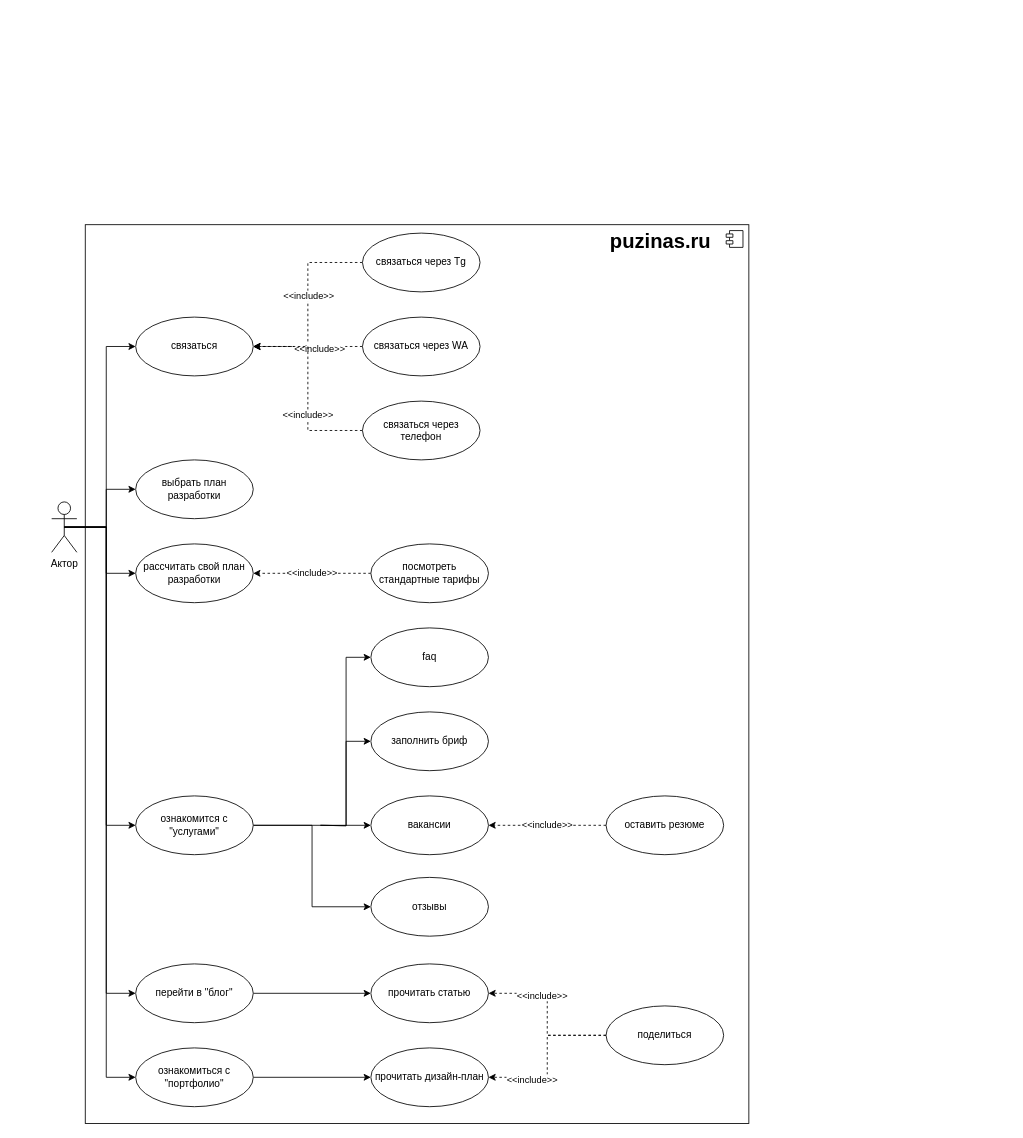
Earlier version of the draw.io diagram lab1-21.09.21/usecases.dio (testpassword/Economics-of-software-engineering). Source tidied: cells renumbered, new cells numbered last; positions are measured from the earlier drawing's top-left corner, leaving out a move shared by most shapes. Both pictures are drawn from the tidied source at 84%, with x=0, y=0 at pixel (51, 224).
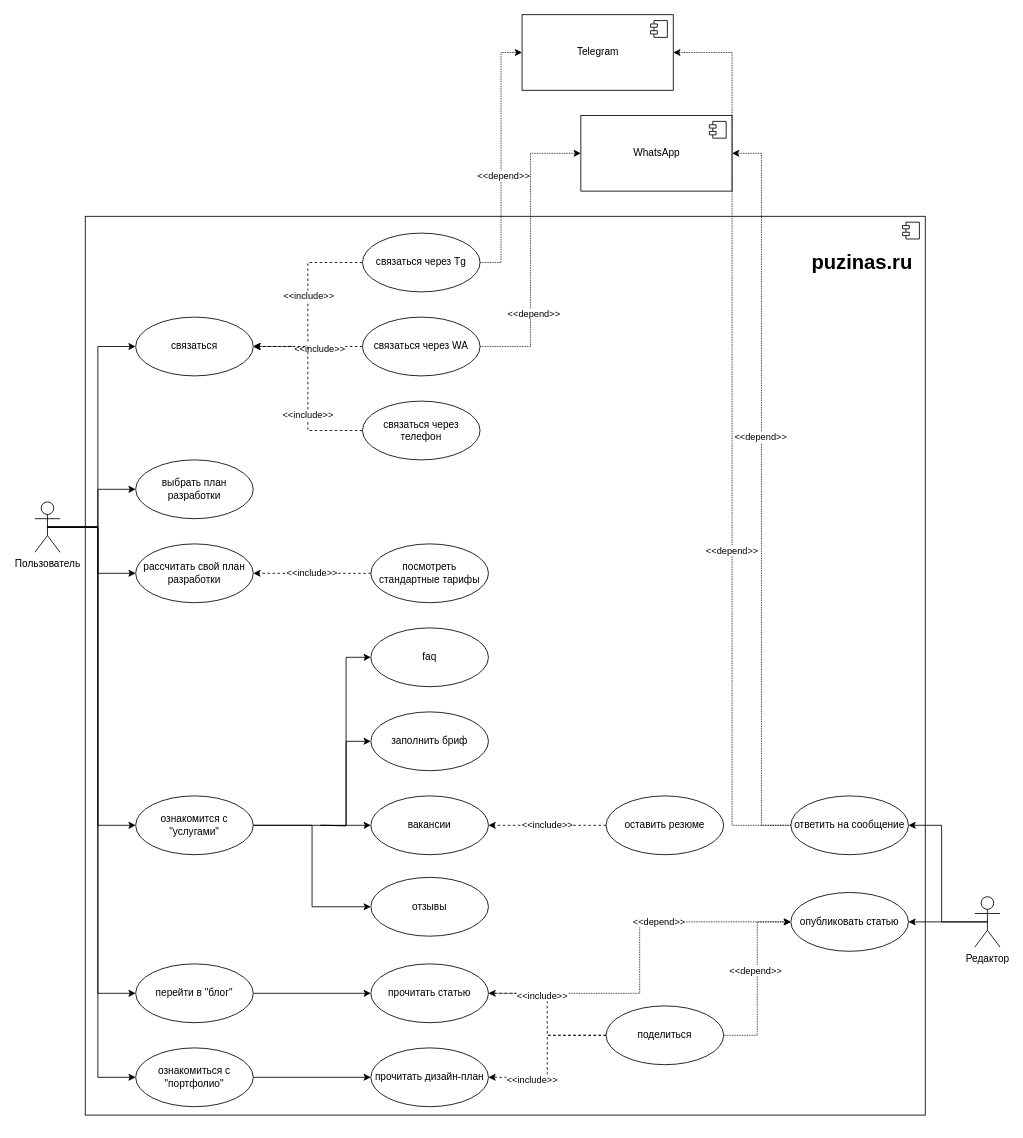
The same page after the edit.

Unchanged cells that the change refers to:
```xml
<mxCell id="13" value="связаться через Tg" style="ellipse;whiteSpace=wrap;html=1;" parent="1" vertex="1">
  <mxGeometry x="370" y="10" width="140" height="70" as="geometry" />
</mxCell>
<mxCell id="16" value="связаться через WA" style="ellipse;whiteSpace=wrap;html=1;" parent="1" vertex="1">
  <mxGeometry x="370" y="110" width="140" height="70" as="geometry" />
</mxCell>
<mxCell id="30" value="прочитать статью" style="ellipse;whiteSpace=wrap;html=1;" parent="1" vertex="1">
  <mxGeometry x="380" y="880" width="140" height="70" as="geometry" />
</mxCell>
<mxCell id="35" value="поделиться" style="ellipse;whiteSpace=wrap;html=1;" parent="1" vertex="1">
  <mxGeometry x="660" y="930" width="140" height="70" as="geometry" />
</mxCell>
```

Diff of the diagram source:
```diff
@@
-    <mxCell id="2" style="html=1;" parent="1" vertex="1">
-      <mxGeometry x="40" width="790" height="1070" as="geometry" />
-    </mxCell>
-    <mxCell id="3" style="shape=module;jettyWidth=8;jettyHeight=4;" parent="2" vertex="1">
-      <mxGeometry x="1" width="20" height="20" relative="1" as="geometry">
-        <mxPoint x="-27" y="7" as="offset" />
-      </mxGeometry>
-    </mxCell>
+    <mxCell id="48" style="html=1;" parent="1" vertex="1">
+      <mxGeometry x="40" y="-10" width="1000" height="1070" as="geometry" />
+    </mxCell>
+    <mxCell id="49" style="shape=module;jettyWidth=8;jettyHeight=4;" parent="48" vertex="1">
+      <mxGeometry x="1" width="20" height="20" relative="1" as="geometry">
+        <mxPoint x="-27" y="7" as="offset" />
+      </mxGeometry>
+    </mxCell>
@@
-    <mxCell id="10" value="Актор" style="shape=umlActor;verticalLabelPosition=bottom;verticalAlign=top;html=1;" parent="1" vertex="1">
-      <mxGeometry y="330" width="30" height="60" as="geometry" />
+    <mxCell id="10" value="Пользователь" style="shape=umlActor;verticalLabelPosition=bottom;verticalAlign=top;html=1;" parent="1" vertex="1">
+      <mxGeometry x="-20" y="330" width="30" height="60" as="geometry" />
     </mxCell>
@@
+    <mxCell id="50" style="edgeStyle=orthogonalEdgeStyle;rounded=0;jettySize=auto;html=1;exitX=1;exitY=0.5;exitDx=0;exitDy=0;dashed=1;dashPattern=1 1;entryX=0;entryY=0.5;entryDx=0;entryDy=0;" parent="1" edge="1" source="13" target="62">
+      <mxGeometry relative="1" as="geometry" />
+    </mxCell>
+    <mxCell id="51" value="&amp;lt;&amp;lt;depend&amp;gt;&amp;gt;" style="edgeLabel;html=1;align=center;verticalAlign=middle;" parent="50" vertex="1">
+      <mxGeometry x="-0.14" y="-2" relative="1" as="geometry" />
+    </mxCell>
@@
+    <mxCell id="52" style="edgeStyle=orthogonalEdgeStyle;rounded=0;jettySize=auto;html=1;exitX=1;exitY=0.5;exitDx=0;exitDy=0;entryX=0;entryY=0.5;entryDx=0;entryDy=0;dashed=1;dashPattern=1 1;" parent="1" edge="1" source="16" target="64">
+      <mxGeometry relative="1" as="geometry" />
+    </mxCell>
+    <mxCell id="53" value="&amp;lt;&amp;lt;depend&amp;gt;&amp;gt;" style="edgeLabel;html=1;align=center;verticalAlign=middle;" parent="52" vertex="1">
+      <mxGeometry x="-0.43" y="-3" relative="1" as="geometry" />
+    </mxCell>
@@
+    <mxCell id="54" style="edgeStyle=orthogonalEdgeStyle;rounded=0;jettySize=auto;html=1;exitX=1;exitY=0.5;exitDx=0;exitDy=0;entryX=0;entryY=0.5;entryDx=0;entryDy=0;dashed=1;dashPattern=1 1;" parent="1" edge="1" source="30" target="61">
+      <mxGeometry relative="1" as="geometry" />
+    </mxCell>
+    <mxCell id="55" value="&amp;lt;&amp;lt;depend&amp;gt;&amp;gt;" style="edgeLabel;html=1;align=center;verticalAlign=middle;" parent="54" vertex="1">
+      <mxGeometry x="0.29" y="1" relative="1" as="geometry" />
+    </mxCell>
@@
+    <mxCell id="56" style="edgeStyle=orthogonalEdgeStyle;rounded=0;jettySize=auto;html=1;exitX=1;exitY=0.5;exitDx=0;exitDy=0;entryX=0;entryY=0.5;entryDx=0;entryDy=0;dashed=1;dashPattern=1 1;" parent="1" edge="1" source="35" target="61">
+      <mxGeometry relative="1" as="geometry" />
+    </mxCell>
+    <mxCell id="57" value="&amp;lt;&amp;lt;depend&amp;gt;&amp;gt;" style="edgeLabel;html=1;align=center;verticalAlign=middle;" parent="56" vertex="1">
+      <mxGeometry x="0.1" y="3" relative="1" as="geometry" />
+    </mxCell>
@@
     <mxCell id="47" value="&lt;h1&gt;puzinas.ru&lt;/h1&gt;" style="text;html=1;strokeColor=none;fillColor=none;spacing=5;spacingTop=-20;whiteSpace=wrap;overflow=hidden;rounded=0;" parent="1" vertex="1">
-      <mxGeometry x="660" width="140" height="40" as="geometry" />
+      <mxGeometry x="900" y="25" width="140" height="40" as="geometry" />
     </mxCell>
+    <mxCell id="58" style="edgeStyle=orthogonalEdgeStyle;rounded=0;jettySize=auto;html=1;exitX=0.5;exitY=0.5;exitDx=0;exitDy=0;exitPerimeter=0;entryX=1;entryY=0.5;entryDx=0;entryDy=0;" parent="1" edge="1" source="60" target="61">
+      <mxGeometry relative="1" as="geometry" />
+    </mxCell>
+    <mxCell id="59" style="edgeStyle=orthogonalEdgeStyle;rounded=0;jettySize=auto;html=1;exitX=0.5;exitY=0.5;exitDx=0;exitDy=0;exitPerimeter=0;entryX=1;entryY=0.5;entryDx=0;entryDy=0;" parent="1" edge="1" source="60" target="70">
+      <mxGeometry relative="1" as="geometry" />
+    </mxCell>
+    <mxCell id="60" value="Редактор" style="shape=umlActor;verticalLabelPosition=bottom;verticalAlign=top;html=1;" parent="1" vertex="1">
+      <mxGeometry x="1099" y="800" width="30" height="60" as="geometry" />
+    </mxCell>
+    <mxCell id="61" value="опубликовать статью" style="ellipse;whiteSpace=wrap;html=1;" parent="1" vertex="1">
+      <mxGeometry x="880" y="795" width="140" height="70" as="geometry" />
+    </mxCell>
+    <mxCell id="62" value="Telegram" style="html=1;" parent="1" vertex="1">
+      <mxGeometry x="560" y="-250" width="180" height="90" as="geometry" />
+    </mxCell>
+    <mxCell id="63" style="shape=module;jettyWidth=8;jettyHeight=4;" parent="62" vertex="1">
+      <mxGeometry x="1" width="20" height="20" relative="1" as="geometry">
+        <mxPoint x="-27" y="7" as="offset" />
+      </mxGeometry>
+    </mxCell>
+    <mxCell id="64" value="WhatsApp" style="html=1;" parent="1" vertex="1">
+      <mxGeometry x="630" y="-130" width="180" height="90" as="geometry" />
+    </mxCell>
+    <mxCell id="65" style="shape=module;jettyWidth=8;jettyHeight=4;" parent="64" vertex="1">
+      <mxGeometry x="1" width="20" height="20" relative="1" as="geometry">
+        <mxPoint x="-27" y="7" as="offset" />
+      </mxGeometry>
+    </mxCell>
+    <mxCell id="66" style="edgeStyle=orthogonalEdgeStyle;rounded=0;jettySize=auto;html=1;exitX=0;exitY=0.5;exitDx=0;exitDy=0;entryX=1;entryY=0.5;entryDx=0;entryDy=0;dashed=1;dashPattern=1 1;" parent="1" edge="1" source="70" target="64">
+      <mxGeometry relative="1" as="geometry" />
+    </mxCell>
+    <mxCell id="67" value="&amp;lt;&amp;lt;depend&amp;gt;&amp;gt;" style="edgeLabel;html=1;align=center;verticalAlign=middle;" parent="66" vertex="1">
+      <mxGeometry x="0.14" y="2" relative="1" as="geometry">
+        <mxPoint y="-1" as="offset" />
+      </mxGeometry>
+    </mxCell>
+    <mxCell id="68" style="edgeStyle=orthogonalEdgeStyle;rounded=0;jettySize=auto;html=1;exitX=0;exitY=0.5;exitDx=0;exitDy=0;entryX=1;entryY=0.5;entryDx=0;entryDy=0;dashed=1;dashPattern=1 1;" parent="1" edge="1" source="70" target="62">
+      <mxGeometry relative="1" as="geometry" />
+    </mxCell>
+    <mxCell id="69" value="&amp;lt;&amp;lt;depend&amp;gt;&amp;gt;" style="edgeLabel;html=1;align=center;verticalAlign=middle;" parent="68" vertex="1">
+      <mxGeometry x="-0.25" y="1" relative="1" as="geometry" />
+    </mxCell>
+    <mxCell id="70" value="ответить на сообщение" style="ellipse;whiteSpace=wrap;html=1;" parent="1" vertex="1">
+      <mxGeometry x="880" y="680" width="140" height="70" as="geometry" />
+    </mxCell>
```
